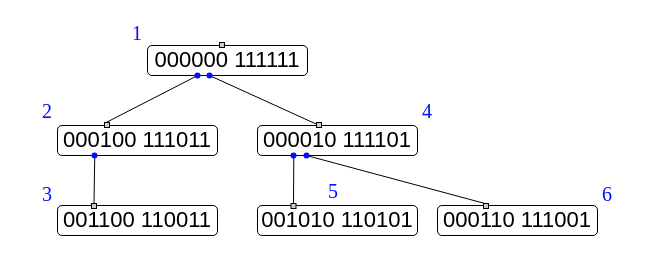
Earlier version of the draw.io diagram Trees/CCRtrees/Binary/CCR2/CCR2.6.drawio (Al-ttaeeA/research). Source tidied: cells renumbered, new cells numbered last; positions are measured from the earlier drawing's top-left corner, leaving out a move shared by most shapes. Both pictures are drawn from the tidied source at 100%, with x=0, y=0 at pixel (17, 17).
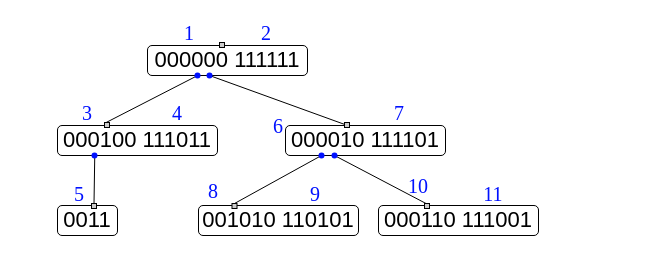
After the change.

The change refers to these unchanged cells:
```xml
<mxCell id="17" style="rounded=0;whiteSpace=wrap;html=1;fillColor=#CCCCCC;" parent="1" vertex="1">
  <mxGeometry x="74" y="186" width="5" height="5" as="geometry" />
</mxCell>
```

The edit, as a diff of the source:
```diff
@@
     <mxCell id="3" value="&lt;font style=&quot;font-size: 22px;&quot;&gt;000010 111101&lt;/font&gt;" style="rounded=1;whiteSpace=wrap;html=1;" parent="1" vertex="1">
-      <mxGeometry x="240" y="108" width="160" height="30" as="geometry" />
+      <mxGeometry x="268" y="108" width="160" height="30" as="geometry" />
     </mxCell>
@@
-    <mxCell id="5" value="&lt;font style=&quot;font-size: 22px;&quot;&gt;001100 110011&lt;/font&gt;" style="rounded=1;whiteSpace=wrap;html=1;" parent="1" vertex="1">
-      <mxGeometry x="40" y="188" width="160" height="30" as="geometry" />
+    <mxCell id="5" value="&lt;font style=&quot;font-size: 22px;&quot;&gt;&lt;font style=&quot;color: rgb(0, 0, 0);&quot;&gt;0011&lt;/font&gt;&lt;/font&gt;" style="rounded=1;whiteSpace=wrap;html=1;" parent="1" vertex="1">
+      <mxGeometry x="40" y="188" width="60" height="30" as="geometry" />
     </mxCell>
     <mxCell id="6" value="&lt;font style=&quot;font-size: 22px;&quot;&gt;001010 110101&lt;/font&gt;" style="rounded=1;whiteSpace=wrap;html=1;" parent="1" vertex="1">
-      <mxGeometry x="240" y="188" width="160" height="30" as="geometry" />
+      <mxGeometry x="181" y="188" width="160" height="30" as="geometry" />
     </mxCell>
     <mxCell id="7" value="&lt;font style=&quot;font-size: 22px;&quot;&gt;000110 111001&lt;/font&gt;" style="rounded=1;whiteSpace=wrap;html=1;" parent="1" vertex="1">
-      <mxGeometry x="420" y="188" width="160" height="30" as="geometry" />
+      <mxGeometry x="361" y="188" width="160" height="30" as="geometry" />
     </mxCell>
@@
-    <mxCell id="16" style="endArrow=none;html=1;rounded=0;entryX=0.233;entryY=0.971;entryDx=0;entryDy=0;exitX=0.232;exitY=-0.006;exitDx=0;exitDy=0;entryPerimeter=0;exitPerimeter=0;" parent="1" edge="1" source="5" target="17">
-      <mxGeometry relative="1" as="geometry" />
-    </mxCell>
@@
     <mxCell id="22" style="shape=waypoint;sketch=0;fillStyle=solid;size=6;fillColor=none;perimeter=centerPerimeter;strokeColor=#0011FF;" parent="1" vertex="1">
-      <mxGeometry x="266" y="128" width="20" height="20" as="geometry" />
+      <mxGeometry x="294" y="128" width="20" height="20" as="geometry" />
     </mxCell>
@@
     <mxCell id="24" style="shape=waypoint;sketch=0;fillStyle=solid;size=6;points=[];fillColor=none;perimeter=centerPerimeter;snapToPoint=1;strokeColor=#0011FF;" parent="1" vertex="1">
-      <mxGeometry x="279" y="128" width="20" height="20" as="geometry" />
+      <mxGeometry x="307" y="128" width="20" height="20" as="geometry" />
     </mxCell>
     <mxCell id="25" style="rounded=0;whiteSpace=wrap;html=1;fillColor=#CCCCCC;" parent="1" vertex="1">
-      <mxGeometry x="299" y="105" width="5" height="5" as="geometry" />
+      <mxGeometry x="327" y="105" width="5" height="5" as="geometry" />
     </mxCell>
@@
     <mxCell id="27" style="rounded=0;whiteSpace=wrap;html=1;fillColor=#CCCCCC;" parent="1" vertex="1">
-      <mxGeometry x="273.5" y="186" width="5" height="5" as="geometry" />
+      <mxGeometry x="214.5" y="186" width="5" height="5" as="geometry" />
     </mxCell>
@@
     <mxCell id="29" style="rounded=0;whiteSpace=wrap;html=1;fillColor=#CCCCCC;" parent="1" vertex="1">
-      <mxGeometry x="466" y="186" width="5" height="5" as="geometry" />
+      <mxGeometry x="407" y="186" width="5" height="5" as="geometry" />
     </mxCell>
     <mxCell id="30" value="&lt;font style=&quot;color: rgb(0, 17, 255); font-size: 20px;&quot; face=&quot;Times New Roman&quot;&gt;1&lt;/font&gt;" style="text;html=1;whiteSpace=wrap;strokeColor=none;fillColor=none;align=center;verticalAlign=middle;rounded=0;" parent="1" vertex="1">
-      <mxGeometry x="90" width="60" height="30" as="geometry" />
+      <mxGeometry x="142" width="60" height="30" as="geometry" />
     </mxCell>
     <mxCell id="31" value="&lt;font style=&quot;color: rgb(0, 17, 255); font-size: 20px;&quot; face=&quot;Times New Roman&quot;&gt;2&lt;/font&gt;" style="text;html=1;whiteSpace=wrap;strokeColor=none;fillColor=none;align=center;verticalAlign=middle;rounded=0;" parent="1" vertex="1">
-      <mxGeometry y="78" width="60" height="30" as="geometry" />
+      <mxGeometry x="218.5" width="60" height="30" as="geometry" />
     </mxCell>
     <mxCell id="32" value="&lt;font style=&quot;color: rgb(0, 17, 255); font-size: 20px;&quot; face=&quot;Times New Roman&quot;&gt;3&lt;/font&gt;" style="text;html=1;whiteSpace=wrap;strokeColor=none;fillColor=none;align=center;verticalAlign=middle;rounded=0;" parent="1" vertex="1">
-      <mxGeometry y="161" width="60" height="30" as="geometry" />
+      <mxGeometry x="40" y="80" width="60" height="30" as="geometry" />
     </mxCell>
     <mxCell id="33" value="&lt;font style=&quot;color: rgb(0, 17, 255); font-size: 20px;&quot; face=&quot;Times New Roman&quot;&gt;4&lt;/font&gt;" style="text;html=1;whiteSpace=wrap;strokeColor=none;fillColor=none;align=center;verticalAlign=middle;rounded=0;" parent="1" vertex="1">
-      <mxGeometry x="380" y="78" width="60" height="30" as="geometry" />
+      <mxGeometry x="130" y="80" width="60" height="30" as="geometry" />
     </mxCell>
     <mxCell id="34" value="&lt;font style=&quot;color: rgb(0, 17, 255); font-size: 20px;&quot; face=&quot;Times New Roman&quot;&gt;5&lt;/font&gt;" style="text;html=1;whiteSpace=wrap;strokeColor=none;fillColor=none;align=center;verticalAlign=middle;rounded=0;" parent="1" vertex="1">
-      <mxGeometry x="286" y="158" width="60" height="30" as="geometry" />
+      <mxGeometry x="32" y="161" width="60" height="30" as="geometry" />
     </mxCell>
     <mxCell id="35" value="&lt;font style=&quot;color: rgb(0, 17, 255); font-size: 20px;&quot; face=&quot;Times New Roman&quot;&gt;6&lt;/font&gt;" style="text;html=1;whiteSpace=wrap;strokeColor=none;fillColor=none;align=center;verticalAlign=middle;rounded=0;" parent="1" vertex="1">
-      <mxGeometry x="560" y="161" width="60" height="30" as="geometry" />
+      <mxGeometry x="231" y="92.5" width="60" height="30" as="geometry" />
     </mxCell>
+    <mxCell id="36" value="&lt;font style=&quot;color: rgb(0, 17, 255); font-size: 20px;&quot; face=&quot;Times New Roman&quot;&gt;7&lt;/font&gt;" style="text;html=1;whiteSpace=wrap;strokeColor=none;fillColor=none;align=center;verticalAlign=middle;rounded=0;" parent="1" vertex="1">
+      <mxGeometry x="352" y="80" width="60" height="30" as="geometry" />
+    </mxCell>
+    <mxCell id="37" value="&lt;font style=&quot;color: rgb(0, 17, 255); font-size: 20px;&quot; face=&quot;Times New Roman&quot;&gt;8&lt;/font&gt;" style="text;html=1;whiteSpace=wrap;strokeColor=none;fillColor=none;align=center;verticalAlign=middle;rounded=0;" parent="1" vertex="1">
+      <mxGeometry x="166" y="158" width="60" height="30" as="geometry" />
+    </mxCell>
+    <mxCell id="38" value="&lt;font style=&quot;color: rgb(0, 17, 255); font-size: 20px;&quot; face=&quot;Times New Roman&quot;&gt;9&lt;/font&gt;" style="text;html=1;whiteSpace=wrap;strokeColor=none;fillColor=none;align=center;verticalAlign=middle;rounded=0;" parent="1" vertex="1">
+      <mxGeometry x="268" y="161" width="60" height="30" as="geometry" />
+    </mxCell>
+    <mxCell id="39" value="&lt;font style=&quot;color: rgb(0, 17, 255); font-size: 20px;&quot; face=&quot;Times New Roman&quot;&gt;10&lt;/font&gt;" style="text;html=1;whiteSpace=wrap;strokeColor=none;fillColor=none;align=center;verticalAlign=middle;rounded=0;" parent="1" vertex="1">
+      <mxGeometry x="371" y="153" width="60" height="30" as="geometry" />
+    </mxCell>
+    <mxCell id="40" value="&lt;font style=&quot;color: rgb(0, 17, 255); font-size: 20px;&quot; face=&quot;Times New Roman&quot;&gt;11&lt;/font&gt;" style="text;html=1;whiteSpace=wrap;strokeColor=none;fillColor=none;align=center;verticalAlign=middle;rounded=0;" parent="1" vertex="1">
+      <mxGeometry x="446" y="161" width="60" height="30" as="geometry" />
+    </mxCell>
```
